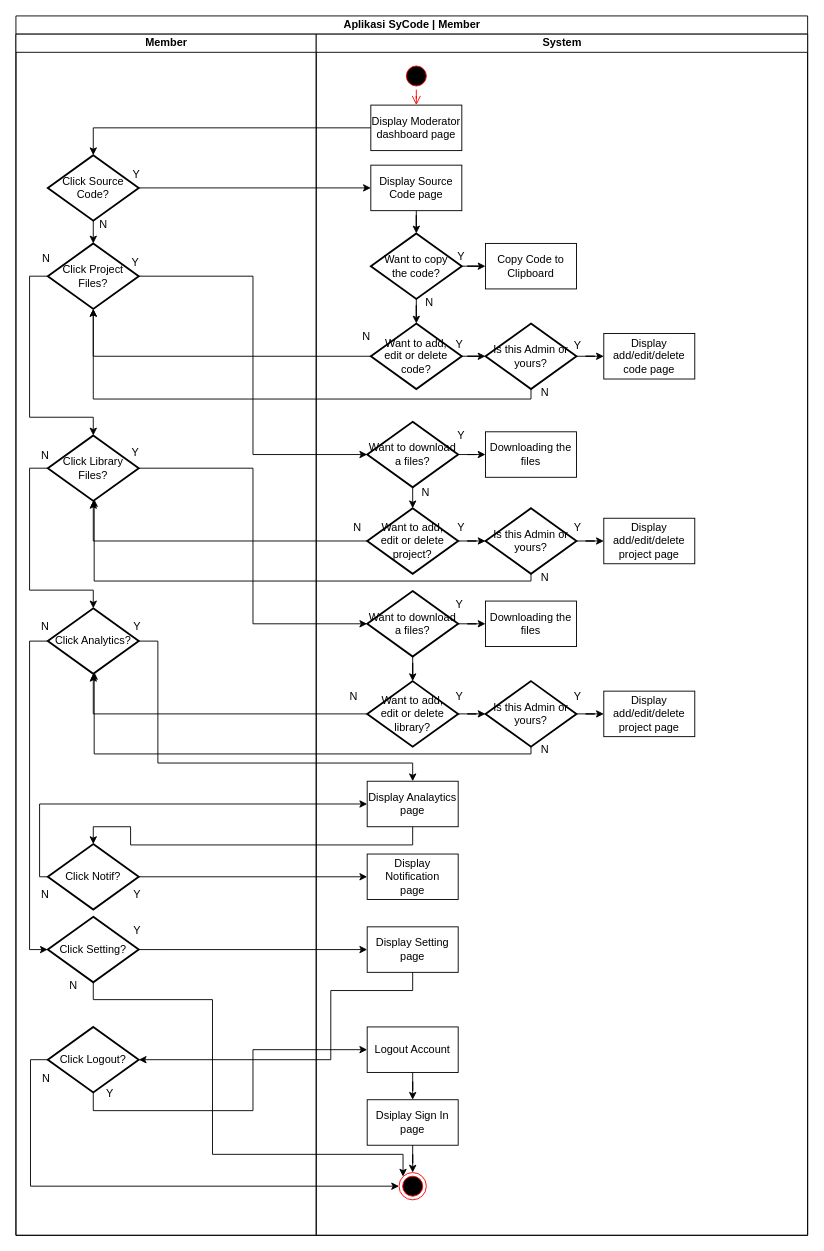
dapzz-id/DrawIO keeps this draw.io diagram as page "UML - Activity Diagram - Page Moderator" (19 of 19) of KP2.drawio. Above is the earlier version. Source tidied: cells renumbered, new cells numbered last; positions are measured from the earlier drawing's top-left corner, leaving out a move shared by most shapes. Both pictures are drawn from the tidied source at 91%, with x=0, y=0 at pixel (15, 15).
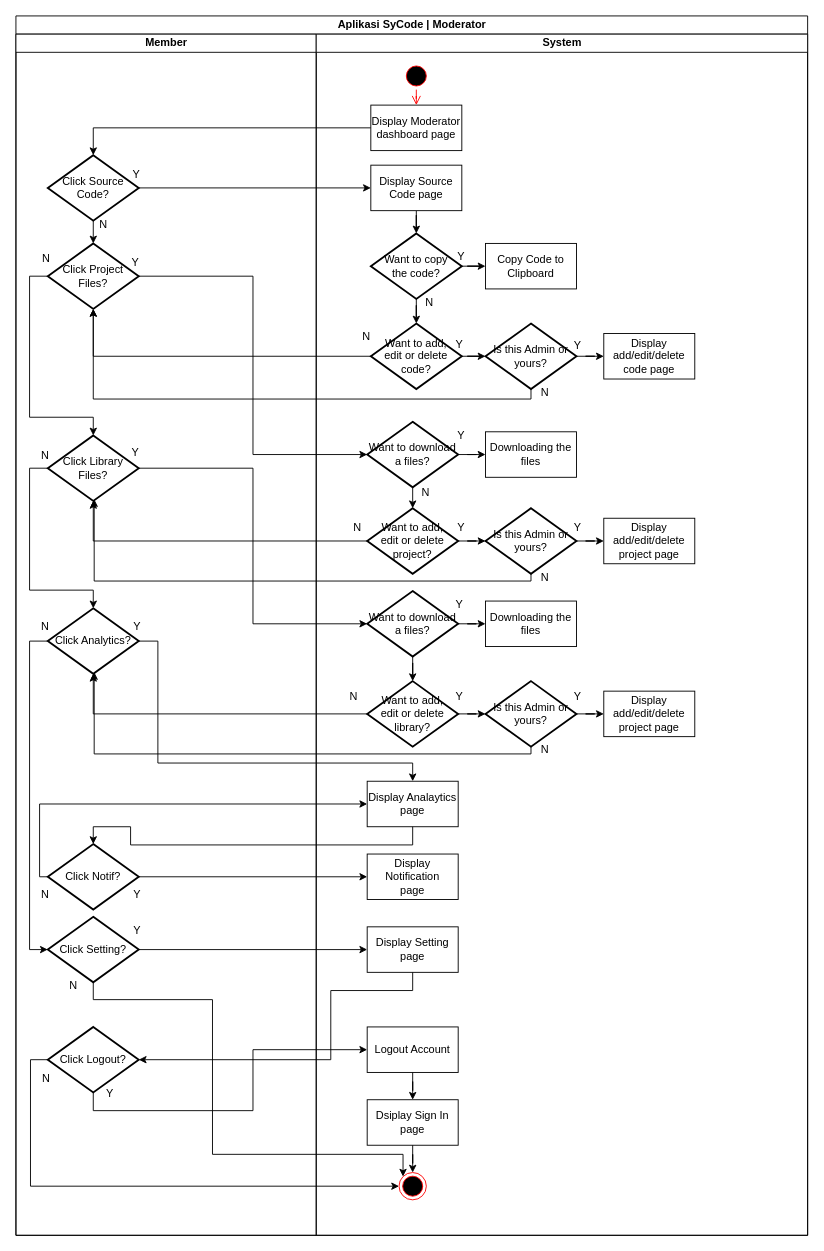
Above is the later version.

Change to the diagram source:
```diff
@@
-    <mxCell id="2" value="Aplikasi SyCode | Member" style="swimlane;startSize=20;html=1;" parent="1" vertex="1">
+    <mxCell id="2" value="Aplikasi SyCode | Moderator" style="swimlane;startSize=20;html=1;" parent="1" vertex="1">
       <mxGeometry width="870" height="1340" as="geometry" />
     </mxCell>
```
